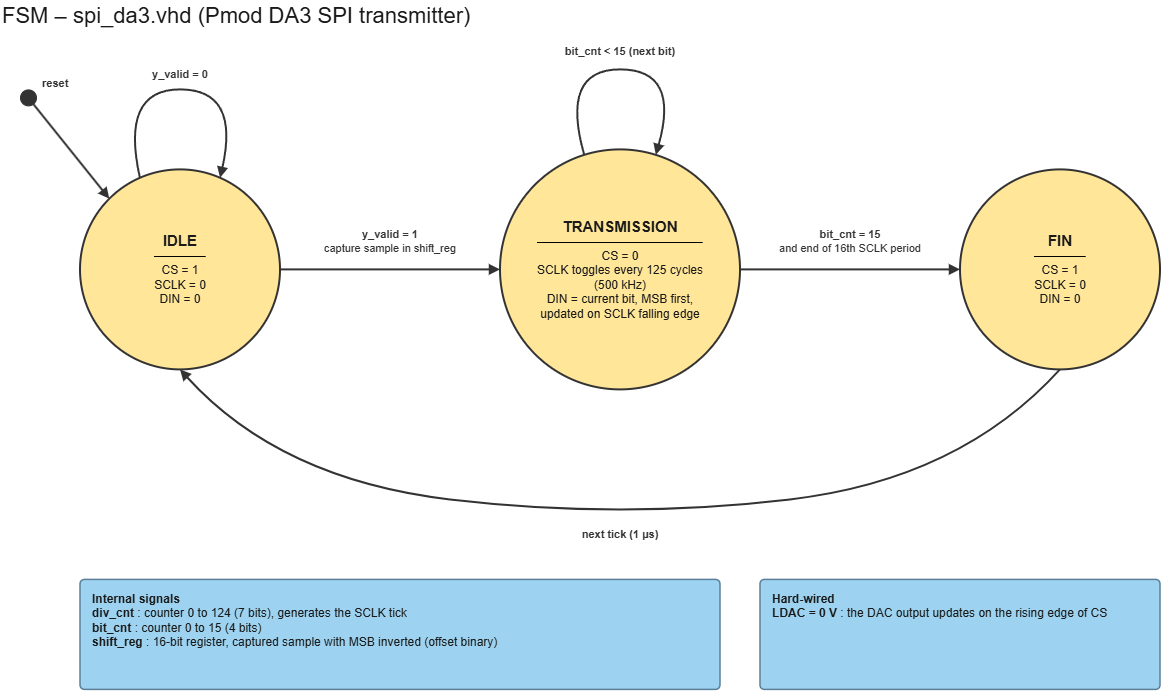
MarcG-Digital-Design/fpga-signal-processing keeps this draw.io diagram as docs/img/FSM_spi_da3.png. Above is the earlier version. Source tidied: cells renumbered, new cells last; positions are measured from the earlier drawing's top-left corner, leaving out a move shared by most shapes.
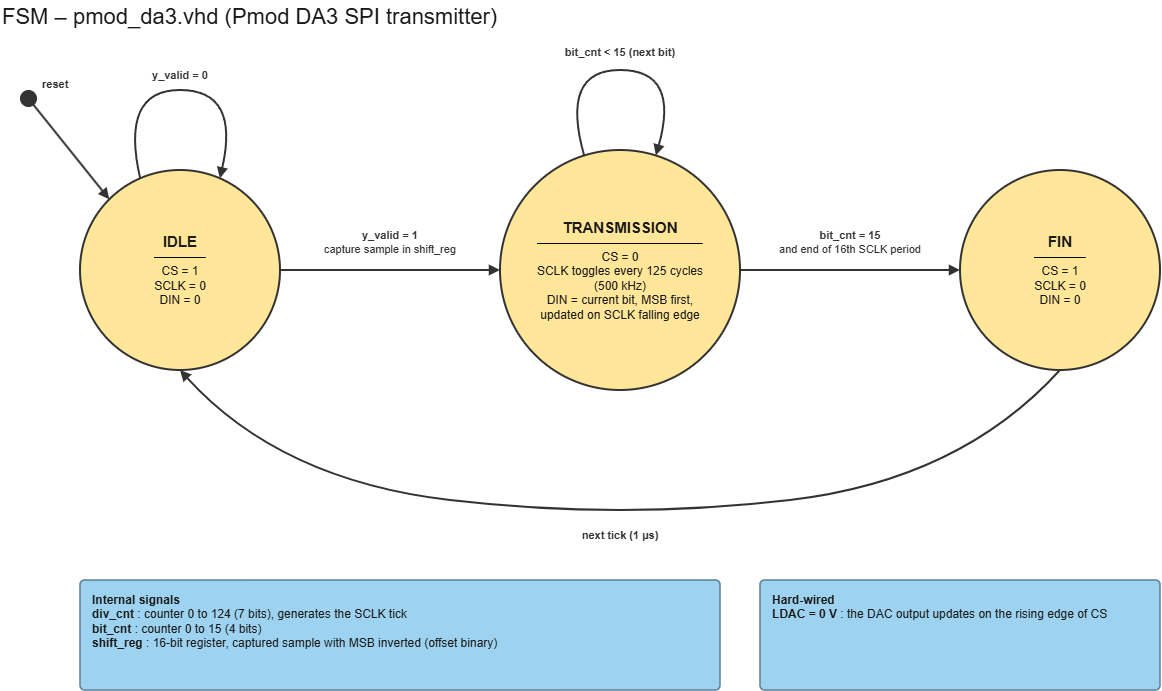
Later version of the same file.

Change to the diagram source:
```diff
@@ -2,7 +2,7 @@
   <root>
     <mxCell id="0" />
     <mxCell id="1" parent="0" />
-    <mxCell id="2" value="FSM – spi_da3.vhd (Pmod DA3 SPI transmitter)" style="text;html=1;strokeColor=none;fillColor=none;align=left;verticalAlign=middle;whiteSpace=wrap;fontSize=22;fontStyle=0;fontColor=#1A1A1A;" parent="1" vertex="1">
+    <mxCell id="2" value="FSM – pmod_da3.vhd (Pmod DA3 SPI transmitter)" style="text;html=1;strokeColor=none;fillColor=none;align=left;verticalAlign=middle;whiteSpace=wrap;fontSize=22;fontStyle=0;fontColor=#1A1A1A;" parent="1" vertex="1">
       <mxGeometry width="700" height="34" as="geometry" />
     </mxCell>
     <mxCell id="3" value="&lt;b style='font-size:15px'&gt;IDLE&lt;/b&gt;&lt;hr size='1' style='border-color:#333333'&gt;CS = 1&lt;br&gt;SCLK = 0&lt;br&gt;DIN = 0" style="ellipse;whiteSpace=wrap;html=1;fillColor=#FFE699;strokeColor=#333333;strokeWidth=2;fontSize=12;fontColor=#1A1A1A;" parent="1" vertex="1">
```
